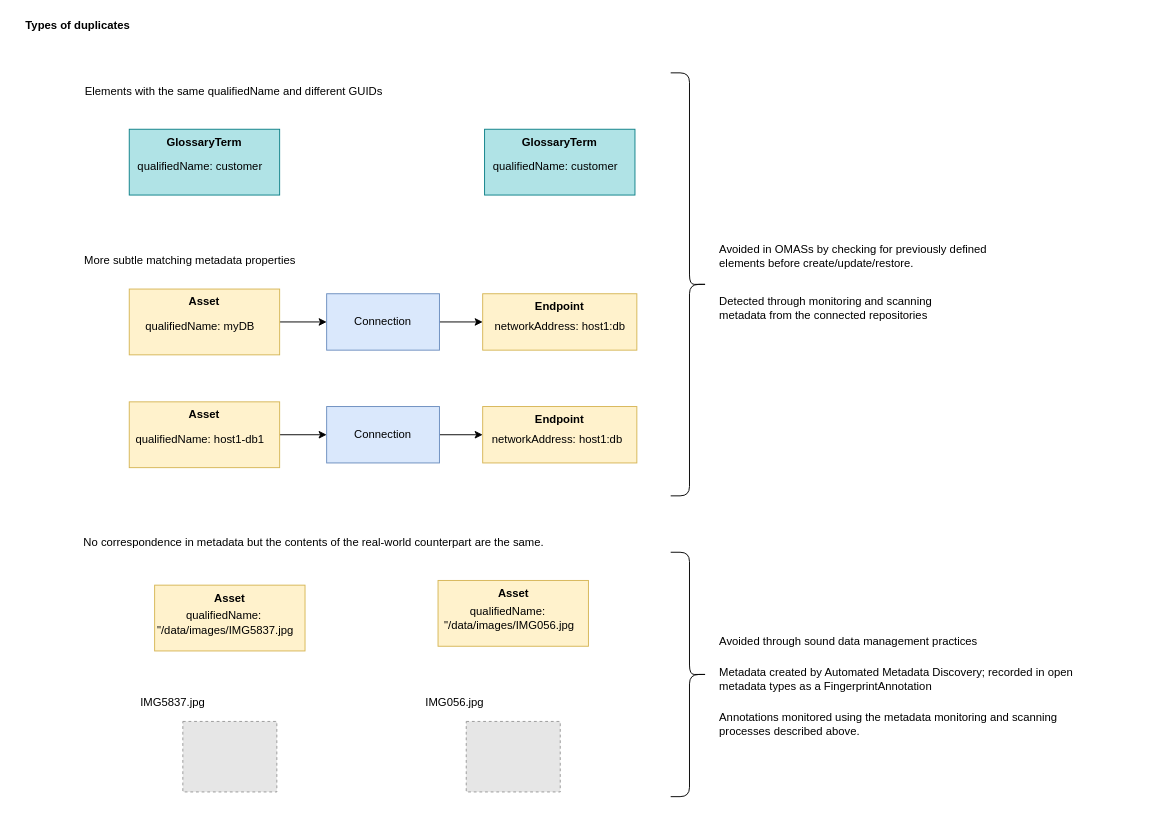
Before: page "types-of-duplicates" (4 of 11) of open-metadata-publication/website/deduplication/deduplication.drawio in odpi/egeria, a draw.io diagram. Source tidied: cells renumbered, new cells numbered last; positions are measured from the earlier drawing's top-left corner, leaving out a move shared by most shapes. Both pictures are drawn from the tidied source at 94%, with x=0, y=0 at pixel (16, 16). Pictures stored in the file or linked from it are replaced by grey dashed boxes.
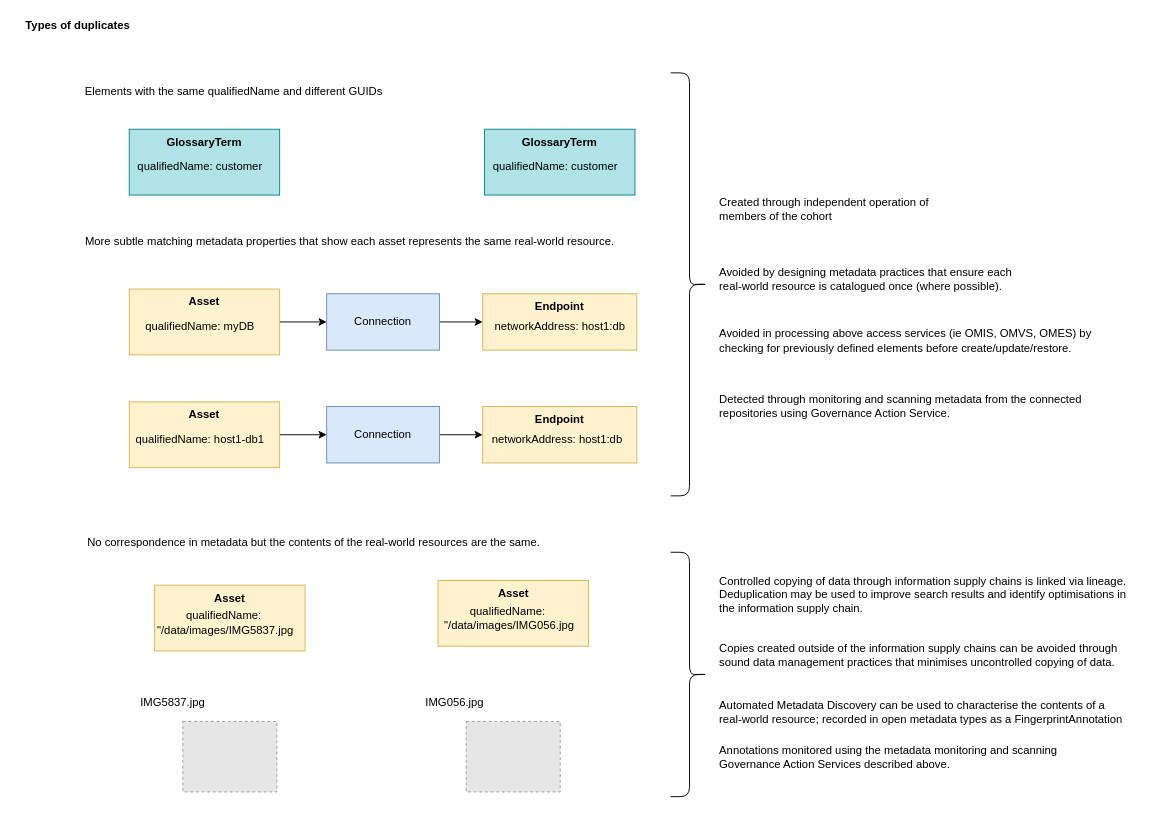
The same diagram, later.

What changed in the source:
```diff
@@
-    <mxCell id="16" value="More subtle matching metadata properties&amp;nbsp;" style="text;html=1;align=center;verticalAlign=middle;" parent="1" vertex="1">
-      <mxGeometry x="66" y="250" width="240" height="20" as="geometry" />
+    <mxCell id="16" value="More subtle matching metadata properties that show each asset represents the same real-world resource.&amp;nbsp;" style="text;html=1;align=center;verticalAlign=middle;" parent="1" vertex="1">
+      <mxGeometry x="66" y="230" width="580" height="20" as="geometry" />
     </mxCell>
@@
-    <mxCell id="26" value="No correspondence in metadata but the contents of the real-world counterpart are the same." style="text;html=1;align=center;verticalAlign=middle;" parent="1" vertex="1">
-      <mxGeometry x="61" y="550" width="510" height="20" as="geometry" />
+    <mxCell id="26" value="No correspondence in metadata but the contents of the real-world resources are the same." style="text;html=1;align=center;verticalAlign=middle;" parent="1" vertex="1">
+      <mxGeometry x="66" y="550" width="500" height="20" as="geometry" />
     </mxCell>
@@
-    <mxCell id="33" value="Detected through monitoring and scanning&lt;br&gt;metadata from the connected repositories" style="text;html=1;align=left;verticalAlign=middle;" parent="1" vertex="1">
-      <mxGeometry x="746" y="295" width="240" height="30" as="geometry" />
+    <mxCell id="33" value="Detected through monitoring and scanning metadata from the connected&lt;br&gt;repositories using Governance Action Service." style="text;html=1;align=left;verticalAlign=middle;" parent="1" vertex="1">
+      <mxGeometry x="746" y="400" width="400" height="30" as="geometry" />
     </mxCell>
-    <mxCell id="34" value="Avoided in OMASs by checking for previously defined&lt;br&gt;elements before create/update/restore." style="text;html=1;align=left;verticalAlign=middle;" parent="1" vertex="1">
-      <mxGeometry x="746" y="240" width="300" height="30" as="geometry" />
+    <mxCell id="34" value="Avoided in processing above access services (ie OMIS, OMVS, OMES) by&lt;br&gt;checking for previously defined elements before create/update/restore." style="text;html=1;align=left;verticalAlign=middle;" parent="1" vertex="1">
+      <mxGeometry x="746" y="330" width="410" height="30" as="geometry" />
     </mxCell>
@@
-    <mxCell id="36" value="Avoided through sound data management practices" style="text;html=1;align=left;verticalAlign=middle;" parent="1" vertex="1">
-      <mxGeometry x="746" y="655" width="290" height="20" as="geometry" />
+    <mxCell id="36" value="Copies created outside of the information supply chains can be avoided through&lt;br&gt;sound data management practices that minimises uncontrolled copying of data.&amp;nbsp;" style="text;html=1;align=left;verticalAlign=middle;" parent="1" vertex="1">
+      <mxGeometry x="746" y="665" width="440" height="30" as="geometry" />
     </mxCell>
-    <mxCell id="37" value="Metadata created by Automated Metadata Discovery; recorded in open&lt;br&gt;metadata types as a FingerprintAnnotation&amp;nbsp;" style="text;html=1;align=left;verticalAlign=middle;" parent="1" vertex="1">
-      <mxGeometry x="746" y="690" width="390" height="30" as="geometry" />
+    <mxCell id="37" value="Automated Metadata Discovery can be used to characterise the contents of a&lt;br&gt;real-world resource; recorded in open metadata types as a FingerprintAnnotation&amp;nbsp;" style="text;html=1;align=left;verticalAlign=middle;" parent="1" vertex="1">
+      <mxGeometry x="746" y="725" width="450" height="30" as="geometry" />
     </mxCell>
-    <mxCell id="38" value="Annotations monitored using the metadata monitoring and scanning&lt;br&gt;processes described above." style="text;html=1;align=left;verticalAlign=middle;" parent="1" vertex="1">
-      <mxGeometry x="746" y="737.5" width="380" height="30" as="geometry" />
+    <mxCell id="38" value="Annotations monitored using the metadata monitoring and scanning&lt;br&gt;Governance Action Services described above." style="text;html=1;align=left;verticalAlign=middle;" parent="1" vertex="1">
+      <mxGeometry x="746" y="772.5" width="380" height="30" as="geometry" />
     </mxCell>
+    <mxCell id="39" value="Created through independent operation of&lt;br&gt;members of the cohort" style="text;html=1;align=left;verticalAlign=middle;strokeColor=none;" parent="1" vertex="1">
+      <mxGeometry x="746" y="190" width="240" height="30" as="geometry" />
+    </mxCell>
+    <mxCell id="40" value="Avoided by designing metadata practices that ensure each&lt;br&gt;real-world resource is catalogued once (where possible)." style="text;html=1;align=left;verticalAlign=middle;strokeColor=none;" parent="1" vertex="1">
+      <mxGeometry x="746" y="265" width="330" height="30" as="geometry" />
+    </mxCell>
+    <mxCell id="41" value="Controlled copying of data through information supply chains is linked via lineage.&lt;br&gt;Deduplication may be used to improve search results and identify optimisations in&lt;br&gt;the information supply chain.&amp;nbsp;" style="text;html=1;align=left;verticalAlign=middle;" parent="1" vertex="1">
+      <mxGeometry x="746" y="590" width="450" height="50" as="geometry" />
+    </mxCell>
```
